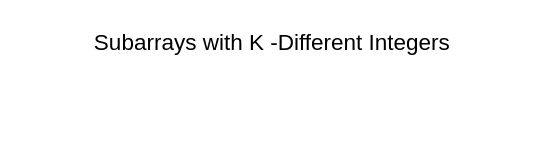
Above: page "Page-3" (3 of 4) of DrawIOFiles/1st_feb.drawio in SianRods/Data-Structures-Algorithms- (draw.io), before the change. Source tidied: cells renumbered, new cells numbered last; positions are measured from the earlier drawing's top-left corner, leaving out a move shared by most shapes. Both pictures are drawn from the tidied source at 125%, with x=0, y=0 at pixel (82, 21).
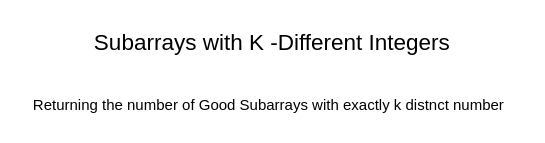
Above is the later version.

Change to the diagram source:
```diff
@@
 <mxGraphModel>
   <root>
     <mxCell id="0" />
     <mxCell id="1" parent="0" />
     <mxCell id="2" value="&lt;font style=&quot;font-size: 18px;&quot;&gt;Subarrays with K -Different Integers&lt;/font&gt;" style="text;html=1;whiteSpace=wrap;strokeColor=none;fillColor=none;align=center;verticalAlign=middle;rounded=0;" parent="1" vertex="1">
       <mxGeometry width="303" height="34" as="geometry" />
     </mxCell>
+    <mxCell id="3" value="Returning the number of Good Subarrays with exactly k distnct number&amp;nbsp;&amp;nbsp;" style="text;html=1;whiteSpace=wrap;strokeColor=none;fillColor=none;align=center;verticalAlign=middle;rounded=0;" parent="1" vertex="1">
+      <mxGeometry x="-49.5" y="54" width="402" height="26" as="geometry" />
+    </mxCell>
   </root>
 </mxGraphModel>
```
